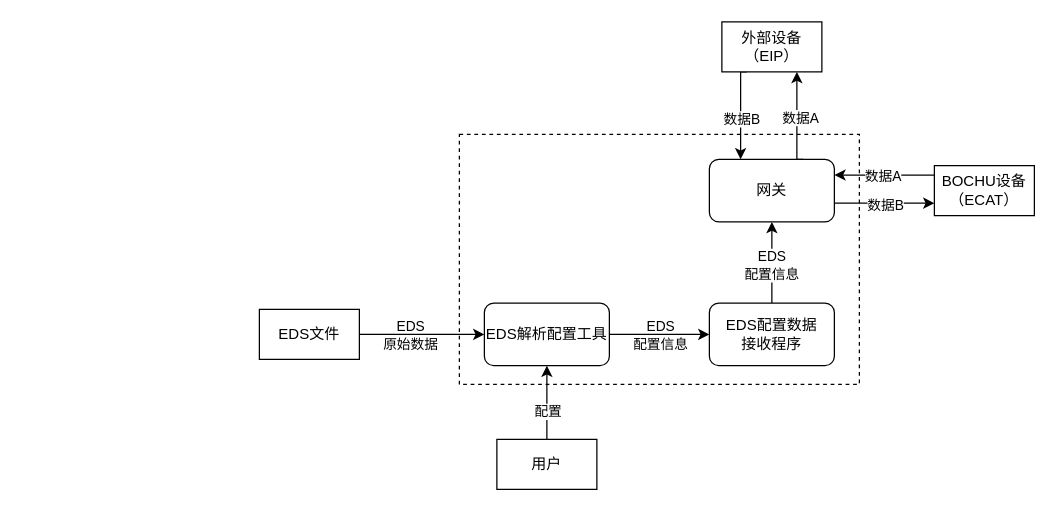
The draw.io diagram 顶级DFD.drawio in Shanlinchao-CSU/ezRPC, before the edit. Source tidied: cells renumbered, new cells numbered last; positions are measured from the earlier drawing's top-left corner, leaving out a move shared by most shapes. Both pictures are drawn from the tidied source at 125%, with x=0, y=0 at pixel (259, 21).
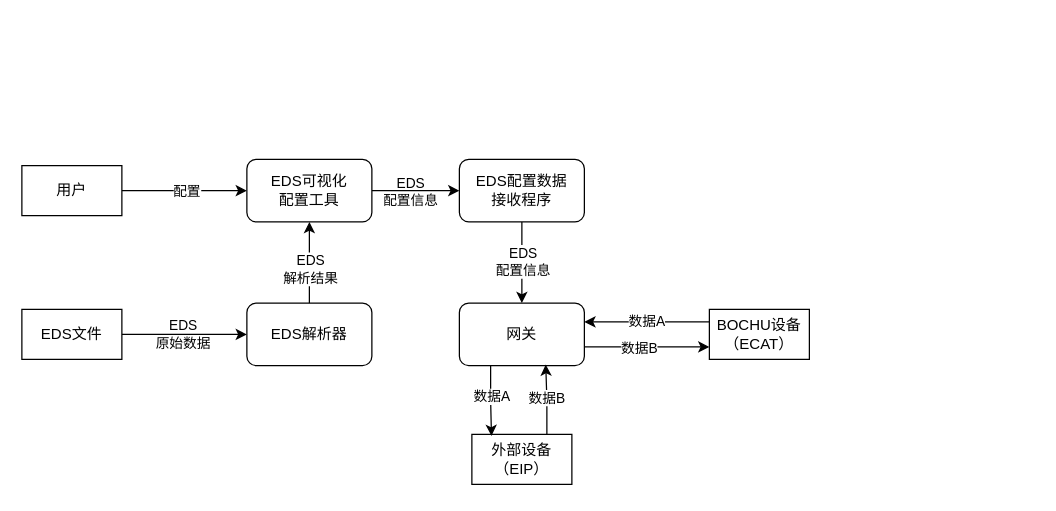
After the change.

Diff of the diagram source:
```diff
@@
-    <mxCell id="2" style="rounded=0;whiteSpace=wrap;html=1;dashed=1;fillColor=none;" parent="1" vertex="1">
-      <mxGeometry x="160" y="90" width="320" height="200" as="geometry" />
-    </mxCell>
-    <mxCell id="3" style="edgeStyle=orthogonalEdgeStyle;rounded=0;jettySize=auto;html=1;exitX=1;exitY=0.5;exitDx=0;exitDy=0;entryX=0;entryY=0.5;entryDx=0;entryDy=0;" parent="1" edge="1" source="5" target="14">
-      <mxGeometry relative="1" as="geometry">
-        <Array as="points">
-          <mxPoint x="140" y="250" />
-          <mxPoint x="140" y="250" />
-        </Array>
-      </mxGeometry>
-    </mxCell>
+    <mxCell id="26" style="edgeStyle=orthogonalEdgeStyle;rounded=0;jettySize=auto;html=1;entryX=0;entryY=0.5;entryDx=0;entryDy=0;" parent="1" edge="1" source="5" target="33">
+      <mxGeometry relative="1" as="geometry" />
+    </mxCell>
-    <mxCell id="4" value="EDS&lt;div&gt;原始数据&lt;/div&gt;" style="edgeLabel;html=1;align=center;verticalAlign=middle;labelBackgroundColor=none;" parent="3" vertex="1">
-      <mxGeometry x="-0.39" relative="1" as="geometry">
-        <mxPoint x="9" as="offset" />
-      </mxGeometry>
+    <mxCell id="4" value="EDS&lt;div&gt;原始数据&lt;/div&gt;" style="edgeLabel;html=1;align=center;verticalAlign=middle;labelBackgroundColor=none;" parent="26" vertex="1">
+      <mxGeometry x="-0.05" y="1" relative="1" as="geometry" />
     </mxCell>
     <mxCell id="5" value="EDS文件" style="rounded=0;whiteSpace=wrap;html=1;" parent="1" vertex="1">
-      <mxGeometry y="230" width="80" height="40" as="geometry" />
+      <mxGeometry x="-190" y="230" width="80" height="40" as="geometry" />
     </mxCell>
-    <mxCell id="6" style="edgeStyle=orthogonalEdgeStyle;rounded=0;jettySize=auto;html=1;entryX=1;entryY=0.25;entryDx=0;entryDy=0;" parent="1" edge="1" source="8" target="23">
-      <mxGeometry relative="1" as="geometry">
-        <Array as="points">
-          <mxPoint x="500" y="123" />
-        </Array>
-      </mxGeometry>
-    </mxCell>
-    <mxCell id="7" value="数据A" style="edgeLabel;html=1;align=center;verticalAlign=middle;" parent="6" vertex="1">
-      <mxGeometry x="0.05" y="1" relative="1" as="geometry" />
-    </mxCell>
+    <mxCell id="27" style="edgeStyle=orthogonalEdgeStyle;rounded=0;orthogonalLoop=1;jettySize=auto;html=1;entryX=1;entryY=0.5;entryDx=0;entryDy=0;" parent="1" edge="1">
+      <mxGeometry relative="1" as="geometry">
+        <mxPoint x="360" y="240" as="sourcePoint" />
+        <mxPoint x="260" y="240" as="targetPoint" />
+      </mxGeometry>
+    </mxCell>
+    <mxCell id="28" value="数据A" style="edgeLabel;html=1;align=center;verticalAlign=middle;" parent="27" vertex="1">
+      <mxGeometry x="0.01" y="-1" relative="1" as="geometry" />
+    </mxCell>
     <mxCell id="8" value="BOCHU设备&lt;div&gt;（ECAT）&lt;/div&gt;" style="rounded=0;whiteSpace=wrap;html=1;" parent="1" vertex="1">
-      <mxGeometry x="540" y="115" width="80" height="40" as="geometry" />
+      <mxGeometry x="360" y="230" width="80" height="40" as="geometry" />
     </mxCell>
-    <mxCell id="9" style="edgeStyle=orthogonalEdgeStyle;rounded=0;jettySize=auto;html=1;exitX=0.25;exitY=1;exitDx=0;exitDy=0;entryX=0.25;entryY=0;entryDx=0;entryDy=0;" parent="1" edge="1" source="11" target="23">
-      <mxGeometry relative="1" as="geometry">
-        <Array as="points">
-          <mxPoint x="385" y="40" />
-        </Array>
-      </mxGeometry>
-    </mxCell>
-    <mxCell id="10" value="数据B" style="edgeLabel;html=1;align=center;verticalAlign=middle;" parent="9" vertex="1">
-      <mxGeometry x="0.12" relative="1" as="geometry" />
-    </mxCell>
     <mxCell id="11" value="外部设备&lt;div&gt;（EIP）&lt;/div&gt;" style="rounded=0;whiteSpace=wrap;html=1;" parent="1" vertex="1">
-      <mxGeometry x="370" width="80" height="40" as="geometry" />
+      <mxGeometry x="170" y="330" width="80" height="40" as="geometry" />
     </mxCell>
-    <mxCell id="12" style="edgeStyle=orthogonalEdgeStyle;rounded=0;jettySize=auto;html=1;exitX=1;exitY=0.5;exitDx=0;exitDy=0;entryX=0;entryY=0.5;entryDx=0;entryDy=0;" parent="1" edge="1" source="14" target="20">
+    <mxCell id="12" style="edgeStyle=orthogonalEdgeStyle;rounded=0;jettySize=auto;html=1;exitX=1;exitY=0.5;exitDx=0;exitDy=0;entryX=0;entryY=0.5;entryDx=0;entryDy=0;" parent="1" edge="1" source="34" target="20">
       <mxGeometry relative="1" as="geometry" />
     </mxCell>
     <mxCell id="13" value="EDS&lt;div&gt;配置信息&lt;/div&gt;" style="edgeLabel;html=1;align=center;verticalAlign=middle;labelBackgroundColor=none;" parent="12" vertex="1">
       <mxGeometry x="-0.14" y="-1" relative="1" as="geometry">
-        <mxPoint x="6" y="-1" as="offset" />
+        <mxPoint y="-1" as="offset" />
       </mxGeometry>
     </mxCell>
-    <mxCell id="14" value="EDS解析配置工具" style="rounded=1;whiteSpace=wrap;html=1;" parent="1" vertex="1">
-      <mxGeometry x="180" y="225" width="100" height="50" as="geometry" />
-    </mxCell>
-    <mxCell id="15" style="edgeStyle=orthogonalEdgeStyle;rounded=0;jettySize=auto;html=1;entryX=0.5;entryY=1;entryDx=0;entryDy=0;" parent="1" edge="1" source="17" target="14">
+    <mxCell id="15" style="edgeStyle=orthogonalEdgeStyle;rounded=0;jettySize=auto;html=1;entryX=0;entryY=0.5;entryDx=0;entryDy=0;" parent="1" edge="1" source="17" target="34">
       <mxGeometry relative="1" as="geometry" />
     </mxCell>
     <mxCell id="16" value="配置" style="edgeLabel;html=1;align=center;verticalAlign=middle;labelBackgroundColor=default;" parent="15" vertex="1">
-      <mxGeometry x="-0.23" relative="1" as="geometry" />
+      <mxGeometry x="-0.23" relative="1" as="geometry">
+        <mxPoint x="12" as="offset" />
+      </mxGeometry>
     </mxCell>
     <mxCell id="17" value="用户" style="rounded=0;whiteSpace=wrap;html=1;" parent="1" vertex="1">
-      <mxGeometry x="190" y="334" width="80" height="40" as="geometry" />
+      <mxGeometry x="-190" y="115" width="80" height="40" as="geometry" />
     </mxCell>
-    <mxCell id="18" style="edgeStyle=orthogonalEdgeStyle;rounded=0;jettySize=auto;html=1;exitX=0.5;exitY=0;exitDx=0;exitDy=0;entryX=0.5;entryY=1;entryDx=0;entryDy=0;" parent="1" edge="1" source="20" target="23">
+    <mxCell id="18" style="edgeStyle=orthogonalEdgeStyle;rounded=0;jettySize=auto;html=1;entryX=0.5;entryY=0;entryDx=0;entryDy=0;" parent="1" edge="1" source="20" target="23">
       <mxGeometry relative="1" as="geometry" />
     </mxCell>
-    <mxCell id="19" value="EDS&lt;div&gt;配置信息&lt;/div&gt;" style="edgeLabel;html=1;align=center;verticalAlign=middle;labelBackgroundColor=default;" parent="18" vertex="1">
-      <mxGeometry x="-0.05" y="1" relative="1" as="geometry" />
+    <mxCell id="19" value="EDS&lt;div&gt;配置信息&lt;/div&gt;" style="edgeLabel;html=1;align=center;verticalAlign=middle;" parent="18" vertex="1">
+      <mxGeometry x="-0.04" y="-1" relative="1" as="geometry">
+        <mxPoint x="1" as="offset" />
+      </mxGeometry>
     </mxCell>
     <mxCell id="20" value="EDS配置数据&lt;div&gt;接收程序&lt;/div&gt;" style="rounded=1;whiteSpace=wrap;html=1;" parent="1" vertex="1">
-      <mxGeometry x="360" y="225" width="100" height="50" as="geometry" />
+      <mxGeometry x="160" y="110" width="100" height="50" as="geometry" />
     </mxCell>
-    <mxCell id="21" style="edgeStyle=orthogonalEdgeStyle;rounded=0;jettySize=auto;html=1;entryX=0;entryY=0.75;entryDx=0;entryDy=0;" parent="1" edge="1" source="23" target="8">
-      <mxGeometry relative="1" as="geometry">
-        <Array as="points">
-          <mxPoint x="480" y="145" />
-          <mxPoint x="480" y="145" />
-        </Array>
-      </mxGeometry>
-    </mxCell>
-    <mxCell id="22" value="数据B" style="edgeLabel;html=1;align=center;verticalAlign=middle;" parent="21" vertex="1">
-      <mxGeometry x="-0.01" y="-1" relative="1" as="geometry" />
-    </mxCell>
+    <mxCell id="29" style="edgeStyle=orthogonalEdgeStyle;rounded=0;orthogonalLoop=1;jettySize=auto;html=1;entryX=0;entryY=0.5;entryDx=0;entryDy=0;" parent="1" edge="1">
+      <mxGeometry relative="1" as="geometry">
+        <mxPoint x="260" y="260" as="sourcePoint" />
+        <mxPoint x="360" y="260" as="targetPoint" />
+      </mxGeometry>
+    </mxCell>
+    <mxCell id="30" value="数据B" style="edgeLabel;html=1;align=center;verticalAlign=middle;" parent="29" vertex="1">
+      <mxGeometry x="-0.14" relative="1" as="geometry" />
+    </mxCell>
     <mxCell id="23" value="网关" style="rounded=1;whiteSpace=wrap;html=1;" parent="1" vertex="1">
-      <mxGeometry x="360" y="110" width="100" height="50" as="geometry" />
+      <mxGeometry x="160" y="225" width="100" height="50" as="geometry" />
     </mxCell>
-    <mxCell id="24" style="edgeStyle=orthogonalEdgeStyle;rounded=0;jettySize=auto;html=1;exitX=0.75;exitY=0;exitDx=0;exitDy=0;" parent="1" edge="1" source="23">
-      <mxGeometry relative="1" as="geometry">
-        <mxPoint x="430" y="40" as="targetPoint" />
-        <Array as="points">
-          <mxPoint x="430" y="110" />
-        </Array>
-      </mxGeometry>
-    </mxCell>
-    <mxCell id="25" value="数据A" style="edgeLabel;html=1;align=center;verticalAlign=middle;" parent="24" vertex="1">
-      <mxGeometry x="0.04" y="-2" relative="1" as="geometry" />
-    </mxCell>
+    <mxCell id="31" style="edgeStyle=orthogonalEdgeStyle;rounded=0;jettySize=auto;html=1;entryX=0.5;entryY=1;entryDx=0;entryDy=0;exitX=0.5;exitY=0;exitDx=0;exitDy=0;" parent="1" edge="1" source="33" target="34">
+      <mxGeometry relative="1" as="geometry" />
+    </mxCell>
+    <mxCell id="32" value="EDS&lt;div&gt;解析结果&lt;/div&gt;" style="edgeLabel;html=1;align=center;verticalAlign=middle;labelBackgroundColor=default;" parent="31" vertex="1">
+      <mxGeometry x="-0.14" relative="1" as="geometry" />
+    </mxCell>
+    <mxCell id="33" value="EDS解析器" style="rounded=1;whiteSpace=wrap;html=1;" parent="1" vertex="1">
+      <mxGeometry x="-10" y="225" width="100" height="50" as="geometry" />
+    </mxCell>
+    <mxCell id="34" value="EDS可视化&lt;div&gt;配置工具&lt;/div&gt;" style="rounded=1;whiteSpace=wrap;html=1;" parent="1" vertex="1">
+      <mxGeometry x="-10" y="110" width="100" height="50" as="geometry" />
+    </mxCell>
+    <mxCell id="9" style="edgeStyle=orthogonalEdgeStyle;rounded=0;jettySize=auto;html=1;exitX=0.75;exitY=0;exitDx=0;exitDy=0;entryX=0.691;entryY=0.983;entryDx=0;entryDy=0;entryPerimeter=0;" parent="1" edge="1" source="11" target="23">
+      <mxGeometry relative="1" as="geometry" />
+    </mxCell>
+    <mxCell id="35" value="数据B" style="edgeLabel;html=1;align=center;verticalAlign=middle;" parent="9" vertex="1">
+      <mxGeometry x="0.05" relative="1" as="geometry" />
+    </mxCell>
+    <mxCell id="36" style="edgeStyle=orthogonalEdgeStyle;rounded=0;jettySize=auto;html=1;exitX=0.25;exitY=1;exitDx=0;exitDy=0;entryX=0.196;entryY=0.032;entryDx=0;entryDy=0;entryPerimeter=0;" parent="1" edge="1" source="23" target="11">
+      <mxGeometry relative="1" as="geometry" />
+    </mxCell>
+    <mxCell id="37" value="数据A" style="edgeLabel;html=1;align=center;verticalAlign=middle;" parent="36" vertex="1">
+      <mxGeometry x="-0.15" relative="1" as="geometry" />
+    </mxCell>
```
